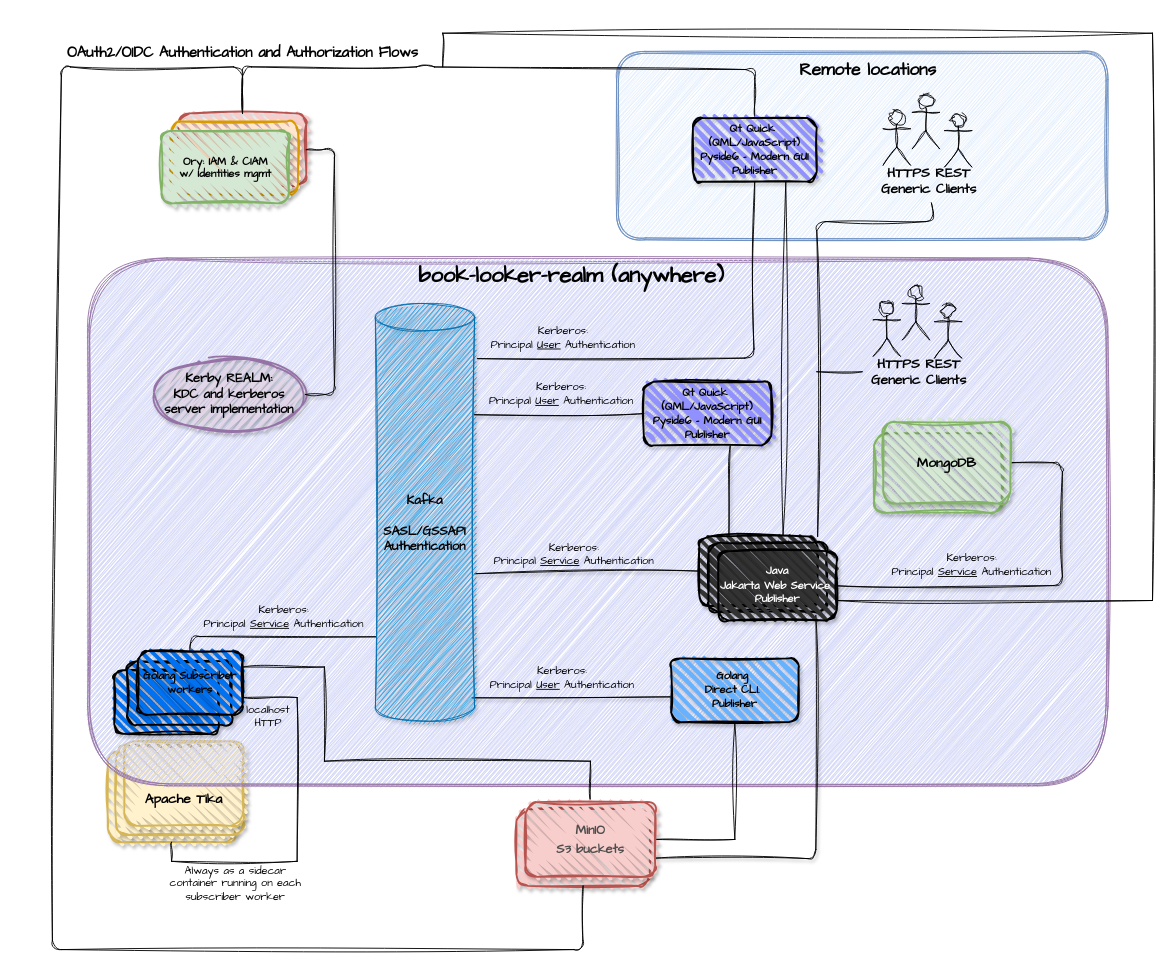
Before: docs/book-looker-realm.drawio in mesbrj/book-looker-realm, a draw.io diagram. Source tidied: cells renumbered, new cells numbered last; positions are measured from the earlier drawing's top-left corner, leaving out a move shared by most shapes. Both pictures are drawn from the tidied source at 91%, with x=0, y=0 at pixel (46, 33).
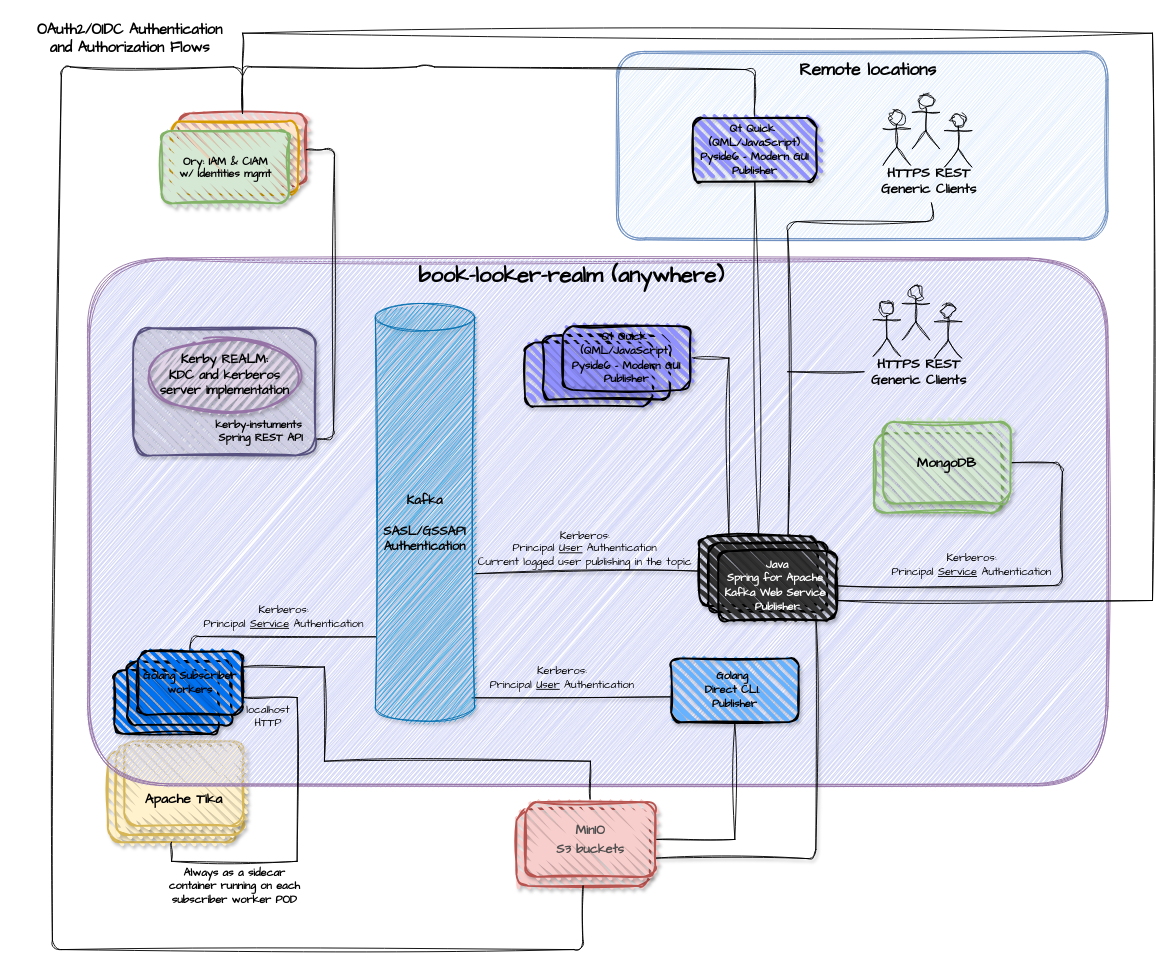
Above is the later version.

Unchanged cells that the change refers to:
```xml
<mxCell id="7" style="rounded=1;whiteSpace=wrap;html=1;strokeWidth=2;fillWeight=4;hachureGap=8;hachureAngle=45;fillColor=#f8cecc;strokeColor=#b85450;shadow=1;fillStyle=zigzag;sketch=1;curveFitting=1;jiggle=2;" parent="1" vertex="1">
  <mxGeometry x="145" y="88" width="140" height="80" as="geometry" />
</mxCell>
<mxCell id="18" style="rounded=1;whiteSpace=wrap;html=1;strokeWidth=2;fillWeight=4;hachureGap=8;hachureAngle=45;fillColor=light-dark(#333333,#198CC4);shadow=1;sketch=1;curveFitting=1;jiggle=2;" parent="1" vertex="1">
  <mxGeometry x="717" y="553" width="130" height="76.2" as="geometry" />
</mxCell>
<mxCell id="36" value="&lt;font style=&quot;font-size: 14px;&quot;&gt;Kafka&lt;/font&gt;&lt;div&gt;&lt;div&gt;&lt;font style=&quot;font-size: 14px;&quot;&gt;&lt;br&gt;&lt;/font&gt;&lt;/div&gt;&lt;div&gt;&lt;font style=&quot;font-size: 14px;&quot;&gt;SASL/GSSAPI&lt;/font&gt;&lt;/div&gt;&lt;div&gt;&lt;font style=&quot;font-size: 14px;&quot;&gt;Authentication&lt;/font&gt;&lt;/div&gt;&lt;/div&gt;" style="shape=cylinder3;whiteSpace=wrap;html=1;boundedLbl=1;backgroundOutline=1;size=15;fillColor=#1ba1e2;strokeColor=#006EAF;fillStyle=zigzag;shadow=1;fontStyle=1;strokeWidth=1;fontColor=#000000;sketch=1;curveFitting=1;jiggle=2;fontFamily=Comic Sans MS;" parent="1" vertex="1">
  <mxGeometry x="361" y="297" width="109" height="459" as="geometry" />
</mxCell>
<mxCell id="41" value="&lt;span style=&quot;color: rgb(0, 0, 0); font-family: &amp;quot;Comic Sans MS&amp;quot;; text-wrap-mode: nowrap;&quot;&gt;Qt Quick&amp;nbsp;&lt;/span&gt;&lt;div&gt;&lt;span style=&quot;color: rgb(0, 0, 0); font-family: &amp;quot;Comic Sans MS&amp;quot;; text-wrap-mode: nowrap;&quot;&gt;(QML/JavaScript)&lt;/span&gt;&lt;div&gt;&lt;span style=&quot;color: rgb(0, 0, 0); font-family: &amp;quot;Comic Sans MS&amp;quot;; text-wrap-mode: nowrap;&quot;&gt;Pyside6 - Modern GUI&lt;/span&gt;&lt;/div&gt;&lt;div&gt;&lt;span style=&quot;color: rgb(0, 0, 0); font-family: &amp;quot;Comic Sans MS&amp;quot;; text-wrap-mode: nowrap;&quot;&gt;Publisher&lt;/span&gt;&lt;/div&gt;&lt;/div&gt;" style="rounded=1;whiteSpace=wrap;html=1;strokeWidth=2;fillWeight=4;hachureGap=8;hachureAngle=45;fillColor=light-dark(#9090FF,#198CC4);shadow=1;sketch=1;curveFitting=1;jiggle=2;fontStyle=1;" parent="1" vertex="1">
  <mxGeometry x="710" y="93" width="136" height="70" as="geometry" />
</mxCell>
<mxCell id="43" value="HTTPS REST&amp;nbsp;&lt;div&gt;Generic Clients&amp;nbsp;&lt;/div&gt;" style="text;html=1;align=center;verticalAlign=middle;points=[];strokeColor=none;fillColor=none;fontFamily=Comic Sans MS;fontStyle=1;fontSize=15;" parent="1" vertex="1">
  <mxGeometry x="907" y="137" width="130" height="50" as="geometry" />
</mxCell>
<mxCell id="50" value="HTTPS REST&amp;nbsp;&lt;div&gt;Generic Clients&amp;nbsp;&lt;/div&gt;" style="text;html=1;align=center;verticalAlign=middle;points=[];strokeColor=none;fillColor=none;fontFamily=Comic Sans MS;fontStyle=1;fontSize=15;" parent="1" vertex="1">
  <mxGeometry x="896" y="347" width="130" height="50" as="geometry" />
</mxCell>
```

Change to the diagram source:
```diff
@@
-    <mxCell id="12" style="edgeStyle=none;html=1;entryX=0.25;entryY=0;entryDx=0;entryDy=0;endArrow=none;endFill=0;exitX=0.678;exitY=1.008;exitDx=0;exitDy=0;exitPerimeter=0;shadow=1;sketch=1;curveFitting=1;jiggle=2;" parent="1" edge="1" source="13" target="18">
-      <mxGeometry relative="1" as="geometry" />
-    </mxCell>
+    <mxCell id="63" style="edgeStyle=orthogonalEdgeStyle;rounded=0;sketch=1;hachureGap=4;jiggle=2;curveFitting=1;jettySize=auto;html=1;entryX=0.25;entryY=0;entryDx=0;entryDy=0;fontFamily=Architects Daughter;verticalAlign=bottom;endArrow=none;endFill=0;exitX=1;exitY=0.5;exitDx=0;exitDy=0;" parent="1" edge="1" source="68" target="18">
+      <mxGeometry relative="1" as="geometry" />
+    </mxCell>
-    <mxCell id="13" value="&lt;span style=&quot;color: rgb(0, 0, 0); font-family: &amp;quot;Comic Sans MS&amp;quot;; text-wrap-mode: nowrap;&quot;&gt;Qt Quick&amp;nbsp;&lt;/span&gt;&lt;div&gt;&lt;span style=&quot;color: rgb(0, 0, 0); font-family: &amp;quot;Comic Sans MS&amp;quot;; text-wrap-mode: nowrap;&quot;&gt;(QML/JavaScript)&lt;/span&gt;&lt;div&gt;&lt;span style=&quot;font-family: &amp;quot;Comic Sans MS&amp;quot;; text-wrap-mode: nowrap;&quot;&gt;Pyside6 - Modern GUI&lt;/span&gt;&lt;/div&gt;&lt;div&gt;&lt;span style=&quot;color: rgb(0, 0, 0); font-family: &amp;quot;Comic Sans MS&amp;quot;; text-wrap-mode: nowrap;&quot;&gt;Publisher&lt;/span&gt;&lt;/div&gt;&lt;/div&gt;" style="rounded=1;whiteSpace=wrap;html=1;strokeWidth=2;fillWeight=4;hachureGap=8;hachureAngle=45;fillColor=light-dark(#9090FF,#198CC4);shadow=1;sketch=1;curveFitting=1;jiggle=2;fontStyle=1;" parent="1" vertex="1">
-      <mxGeometry x="656" y="383" width="140" height="70" as="geometry" />
+    <mxCell id="13" style="rounded=1;whiteSpace=wrap;html=1;strokeWidth=2;fillWeight=4;hachureGap=8;hachureAngle=45;fillColor=light-dark(#9090FF,#198CC4);shadow=1;sketch=1;curveFitting=1;jiggle=2;fontStyle=1;" parent="1" vertex="1">
+      <mxGeometry x="525.5" y="340" width="140" height="70" as="geometry" />
     </mxCell>
@@
-    <mxCell id="17" value="&lt;span style=&quot;font-size: 14px;&quot;&gt;&lt;span&gt;Kerby REALM:&lt;/span&gt;&lt;/span&gt;&lt;div&gt;&lt;span style=&quot;font-size: 14px;&quot;&gt;KDC and kerberos server implementation&lt;/span&gt;&lt;/div&gt;" style="ellipse;whiteSpace=wrap;html=1;strokeWidth=2;fillWeight=2;hachureGap=8;fillColor=#e1d5e7;fillStyle=zigzag;fontFamily=Architects Daughter;strokeColor=#9673a6;shadow=1;sketch=1;curveFitting=1;jiggle=2;fontStyle=1;" parent="1" vertex="1">
-      <mxGeometry x="117" y="357" width="167" height="80" as="geometry" />
-    </mxCell>
@@
     <mxCell id="22" style="edgeStyle=orthogonalEdgeStyle;rounded=0;sketch=1;hachureGap=4;jiggle=2;curveFitting=1;orthogonalLoop=1;jettySize=auto;html=1;exitX=1;exitY=0.75;exitDx=0;exitDy=0;fontFamily=Architects Daughter;endArrow=none;endFill=0;" parent="1" edge="1">
       <mxGeometry relative="1" as="geometry">
         <mxPoint x="868" y="623.4" as="sourcePoint" />
-        <mxPoint x="435" y="37" as="targetPoint" />
+        <mxPoint x="215" y="40" as="targetPoint" />
         <Array as="points">
           <mxPoint x="1215" y="623" />
           <mxPoint x="1215" />
-          <mxPoint x="435" />
+          <mxPoint x="215" />
+          <mxPoint x="215" y="37" />
         </Array>
       </mxGeometry>
     </mxCell>
-    <mxCell id="23" value="&lt;span style=&quot;font-family: &amp;quot;Comic Sans MS&amp;quot;; text-wrap-mode: nowrap;&quot;&gt;&lt;font style=&quot;color: rgb(255, 255, 255);&quot;&gt;Java&lt;/font&gt;&lt;/span&gt;&lt;div&gt;&lt;span style=&quot;font-family: &amp;quot;Comic Sans MS&amp;quot;; text-wrap-mode: nowrap;&quot;&gt;&lt;font style=&quot;color: rgb(255, 255, 255);&quot;&gt;Jakarta Web Service&amp;nbsp;&lt;/font&gt;&lt;/span&gt;&lt;div&gt;&lt;span style=&quot;font-family: &amp;quot;Comic Sans MS&amp;quot;; text-wrap-mode: nowrap;&quot;&gt;&lt;font style=&quot;color: rgb(255, 255, 255);&quot;&gt;Publisher&lt;/font&gt;&lt;/span&gt;&lt;/div&gt;&lt;/div&gt;" style="rounded=1;whiteSpace=wrap;html=1;strokeWidth=2;fillWeight=4;hachureGap=8;hachureAngle=45;fillColor=light-dark(#333333,#198CC4);shadow=1;sketch=1;curveFitting=1;jiggle=2;fontStyle=1;" parent="1" vertex="1">
+    <mxCell id="23" value="&lt;span style=&quot;font-family: &amp;quot;Comic Sans MS&amp;quot;; text-wrap-mode: nowrap;&quot;&gt;&lt;font style=&quot;color: rgb(255, 255, 255);&quot;&gt;Java&lt;br&gt;&lt;/font&gt;&lt;/span&gt;&lt;div&gt;&lt;span style=&quot;background-color: transparent; text-wrap-mode: nowrap;&quot;&gt;&lt;font face=&quot;Comic Sans MS&quot; color=&quot;#ffffff&quot;&gt;Spring for Apache&amp;nbsp;&lt;/font&gt;&lt;/span&gt;&lt;/div&gt;&lt;div&gt;&lt;span style=&quot;background-color: transparent; text-wrap-mode: nowrap;&quot;&gt;&lt;font face=&quot;Comic Sans MS&quot; color=&quot;#ffffff&quot;&gt;Kafka&amp;nbsp;&lt;/font&gt;&lt;/span&gt;&lt;span style=&quot;font-family: &amp;quot;Comic Sans MS&amp;quot;; text-wrap-mode: nowrap;&quot;&gt;&lt;font style=&quot;color: rgb(255, 255, 255);&quot;&gt;Web Service&amp;nbsp;&lt;/font&gt;&lt;/span&gt;&lt;div&gt;&lt;span style=&quot;font-family: &amp;quot;Comic Sans MS&amp;quot;; text-wrap-mode: nowrap;&quot;&gt;&lt;font style=&quot;color: rgb(255, 255, 255);&quot;&gt;Publisher&lt;/font&gt;&lt;/span&gt;&lt;/div&gt;&lt;/div&gt;" style="rounded=1;whiteSpace=wrap;html=1;strokeWidth=2;fillWeight=4;hachureGap=8;hachureAngle=45;fillColor=light-dark(#333333,#198CC4);shadow=1;sketch=1;curveFitting=1;jiggle=2;fontStyle=1;" parent="1" vertex="1">
       <mxGeometry x="738" y="569.2" width="130" height="76.2" as="geometry" />
     </mxCell>
-    <mxCell id="24" style="edgeStyle=none;html=1;endArrow=none;endFill=0;shadow=1;sketch=1;curveFitting=1;jiggle=2;exitX=1;exitY=0.5;exitDx=0;exitDy=0;" parent="1" edge="1" source="7" target="17">
+    <mxCell id="24" style="edgeStyle=none;html=1;endArrow=none;endFill=0;shadow=1;sketch=1;curveFitting=1;jiggle=2;exitX=1;exitY=0.5;exitDx=0;exitDy=0;entryX=1;entryY=0.871;entryDx=0;entryDy=0;entryPerimeter=0;" parent="1" edge="1" source="7" target="65">
       <mxGeometry relative="1" as="geometry">
         <Array as="points">
           <mxPoint x="316" y="127" />
-          <mxPoint x="316" y="397" />
+          <mxPoint x="315" y="446" />
         </Array>
       </mxGeometry>
     </mxCell>
@@
-    <mxCell id="32" style="edgeStyle=none;html=1;exitX=0;exitY=0.5;exitDx=0;exitDy=0;entryX=1;entryY=0;entryDx=0;entryDy=122.25;entryPerimeter=0;endArrow=none;endFill=0;shadow=1;sketch=1;curveFitting=1;jiggle=2;" parent="1" edge="1" source="13" target="36">
-      <mxGeometry relative="1" as="geometry" />
-    </mxCell>
@@
-    <mxCell id="42" style="edgeStyle=none;html=1;entryX=0.75;entryY=1;entryDx=0;entryDy=0;sketch=1;curveFitting=1;jiggle=2;endArrow=none;endFill=0;" parent="1" edge="1" target="41">
-      <mxGeometry relative="1" as="geometry">
-        <mxPoint x="809" y="551" as="sourcePoint" />
-      </mxGeometry>
+    <mxCell id="42" style="edgeStyle=none;html=1;entryX=0.5;entryY=1;entryDx=0;entryDy=0;sketch=1;curveFitting=1;jiggle=2;endArrow=none;endFill=0;exitX=0.5;exitY=0;exitDx=0;exitDy=0;" parent="1" edge="1" source="18" target="41">
+      <mxGeometry relative="1" as="geometry" />
     </mxCell>
@@
-    <mxCell id="44" style="edgeStyle=none;html=1;exitX=1;exitY=0;exitDx=0;exitDy=0;entryX=0.5;entryY=0.99;entryDx=0;entryDy=0;entryPerimeter=0;sketch=1;curveFitting=1;jiggle=2;endArrow=none;endFill=0;" parent="1" edge="1" source="18" target="43">
+    <mxCell id="44" style="edgeStyle=none;html=1;exitX=0.75;exitY=0;exitDx=0;exitDy=0;entryX=0.5;entryY=0.99;entryDx=0;entryDy=0;entryPerimeter=0;sketch=1;curveFitting=1;jiggle=2;endArrow=none;endFill=0;" parent="1" edge="1" source="18" target="43">
       <mxGeometry relative="1" as="geometry">
         <Array as="points">
-          <mxPoint x="846" y="207" />
+          <mxPoint x="814" y="207" />
           <mxPoint x="976" y="207" />
         </Array>
       </mxGeometry>
     </mxCell>
-    <mxCell id="45" style="edgeStyle=none;html=1;entryX=1.03;entryY=0.132;entryDx=0;entryDy=0;entryPerimeter=0;sketch=1;curveFitting=1;jiggle=2;endArrow=none;endFill=0;" parent="1" edge="1" source="41" target="36">
-      <mxGeometry relative="1" as="geometry">
-        <Array as="points">
-          <mxPoint x="777" y="357" />
-        </Array>
-      </mxGeometry>
-    </mxCell>
@@
-    <mxCell id="49" style="edgeStyle=none;html=1;sketch=1;curveFitting=1;jiggle=2;endArrow=none;endFill=0;" parent="1" edge="1" source="50">
+    <mxCell id="49" style="edgeStyle=none;html=1;sketch=1;curveFitting=1;jiggle=2;endArrow=none;endFill=0;" parent="1" edge="1">
       <mxGeometry relative="1" as="geometry">
-        <mxPoint x="846" y="372" as="targetPoint" />
+        <mxPoint x="898" y="372" as="sourcePoint" />
+        <mxPoint x="814" y="372" as="targetPoint" />
       </mxGeometry>
     </mxCell>
@@
-    <mxCell id="53" value="OAuth2/OIDC Authentication and Authorization Flows" style="text;html=1;align=center;verticalAlign=middle;strokeColor=none;fillColor=none;fontFamily=Comic Sans MS;fontStyle=1;fontSize=16;" parent="1" vertex="1">
-      <mxGeometry y="7" width="430" height="30" as="geometry" />
+    <mxCell id="53" value="OAuth2/OIDC Authentication&lt;div&gt;and Authorization Flows&lt;/div&gt;" style="text;html=1;align=center;verticalAlign=middle;strokeColor=none;fillColor=none;fontFamily=Comic Sans MS;fontStyle=1;fontSize=16;" parent="1" vertex="1">
+      <mxGeometry x="-34" y="-19" width="250" height="50" as="geometry" />
     </mxCell>
@@
-    <mxCell id="55" value="&lt;div&gt;Kerberos:&lt;/div&gt;Principal &lt;u&gt;User&lt;/u&gt;&amp;nbsp;&lt;span style=&quot;background-color: transparent;&quot;&gt;Authentication&lt;/span&gt;" style="text;html=1;align=center;verticalAlign=middle;strokeColor=none;fillColor=none;fontFamily=Comic Sans MS;" parent="1" vertex="1">
-      <mxGeometry x="470" y="377" width="190" height="40" as="geometry" />
-    </mxCell>
-    <mxCell id="56" value="&lt;div&gt;Kerberos:&lt;/div&gt;Principal &lt;u&gt;Service&lt;/u&gt;&amp;nbsp;&lt;span style=&quot;background-color: transparent;&quot;&gt;Authentication&lt;/span&gt;" style="text;html=1;align=center;verticalAlign=middle;strokeColor=none;fillColor=none;fontFamily=Comic Sans MS;" parent="1" vertex="1">
-      <mxGeometry x="479" y="553" width="200" height="40" as="geometry" />
-    </mxCell>
-    <mxCell id="57" value="&lt;div&gt;Kerberos:&lt;/div&gt;Principal &lt;u&gt;User&lt;/u&gt;&amp;nbsp;&lt;span style=&quot;background-color: transparent;&quot;&gt;Authentication&lt;/span&gt;" style="text;html=1;align=center;verticalAlign=middle;strokeColor=none;fillColor=none;fontFamily=Comic Sans MS;" parent="1" vertex="1">
-      <mxGeometry x="472" y="315" width="190" height="40" as="geometry" />
-    </mxCell>
@@
-    <mxCell id="62" value="Always as a sidecar&lt;div&gt;container running on each&lt;/div&gt;&lt;div&gt;subscriber worker&lt;/div&gt;" style="text;html=1;align=center;verticalAlign=middle;strokeColor=none;fillColor=none;fontFamily=Architects Daughter;" parent="1" vertex="1">
-      <mxGeometry x="122" y="905" width="170" height="60" as="geometry" />
+    <mxCell id="62" value="&lt;b&gt;Always as a sidecar&lt;/b&gt;&lt;div&gt;&lt;b&gt;container running on each&lt;/b&gt;&lt;/div&gt;&lt;div&gt;&lt;b&gt;subscriber worker POD&lt;/b&gt;&lt;/div&gt;" style="text;html=1;align=center;verticalAlign=middle;strokeColor=none;fillColor=none;fontFamily=Architects Daughter;" parent="1" vertex="1">
+      <mxGeometry x="121" y="908" width="170" height="60" as="geometry" />
     </mxCell>
+    <mxCell id="64" value="&lt;div&gt;Kerberos:&lt;/div&gt;Principal &lt;u&gt;User&lt;/u&gt;&amp;nbsp;&lt;span style=&quot;background-color: transparent;&quot;&gt;Authentication&lt;/span&gt;&lt;div&gt;&lt;span style=&quot;background-color: transparent;&quot;&gt;Current logged user publishing in the topic&lt;/span&gt;&lt;/div&gt;" style="text;html=1;align=center;verticalAlign=middle;strokeColor=none;fillColor=none;fontFamily=Comic Sans MS;" parent="1" vertex="1">
+      <mxGeometry x="461" y="537" width="260" height="60" as="geometry" />
+    </mxCell>
+    <mxCell id="65" style="rounded=1;whiteSpace=wrap;html=1;strokeWidth=2;fillWeight=4;hachureGap=8;hachureAngle=45;fillColor=#d0cee2;shadow=1;sketch=1;curveFitting=1;jiggle=2;fontStyle=1;strokeColor=#56517e;" parent="1" vertex="1">
+      <mxGeometry x="95" y="324" width="200" height="140" as="geometry" />
+    </mxCell>
+    <mxCell id="17" value="&lt;span style=&quot;font-size: 14px;&quot;&gt;&lt;span&gt;Kerby REALM:&lt;/span&gt;&lt;/span&gt;&lt;div&gt;&lt;span style=&quot;font-size: 14px;&quot;&gt;KDC and kerberos server implementation&lt;/span&gt;&lt;/div&gt;" style="ellipse;whiteSpace=wrap;html=1;strokeWidth=2;fillWeight=2;hachureGap=8;fillColor=#e1d5e7;fillStyle=zigzag;fontFamily=Architects Daughter;strokeColor=#9673a6;shadow=1;sketch=1;curveFitting=1;jiggle=2;fontStyle=1;" parent="1" vertex="1">
+      <mxGeometry x="111.5" y="336" width="167" height="80" as="geometry" />
+    </mxCell>
+    <mxCell id="66" value="kerby-instuments&amp;nbsp;&lt;div&gt;Spring REST API&lt;/div&gt;" style="text;html=1;align=center;verticalAlign=middle;strokeColor=none;fillColor=none;fontFamily=Comic Sans MS;fontStyle=1;" parent="1" vertex="1">
+      <mxGeometry x="170" y="417.5" width="130" height="40" as="geometry" />
+    </mxCell>
+    <mxCell id="67" style="rounded=1;whiteSpace=wrap;html=1;strokeWidth=2;fillWeight=4;hachureGap=8;hachureAngle=45;fillColor=light-dark(#9090FF,#198CC4);shadow=1;sketch=1;curveFitting=1;jiggle=2;fontStyle=1;" parent="1" vertex="1">
+      <mxGeometry x="545" y="332.5" width="140" height="70" as="geometry" />
+    </mxCell>
+    <mxCell id="68" value="&lt;span style=&quot;color: rgb(0, 0, 0); font-family: &amp;quot;Comic Sans MS&amp;quot;; text-wrap-mode: nowrap;&quot;&gt;Qt Quick&amp;nbsp;&lt;/span&gt;&lt;div&gt;&lt;span style=&quot;color: rgb(0, 0, 0); font-family: &amp;quot;Comic Sans MS&amp;quot;; text-wrap-mode: nowrap;&quot;&gt;(QML/JavaScript)&lt;/span&gt;&lt;div&gt;&lt;span style=&quot;font-family: &amp;quot;Comic Sans MS&amp;quot;; text-wrap-mode: nowrap;&quot;&gt;Pyside6 - Modern GUI&lt;/span&gt;&lt;/div&gt;&lt;div&gt;&lt;span style=&quot;color: rgb(0, 0, 0); font-family: &amp;quot;Comic Sans MS&amp;quot;; text-wrap-mode: nowrap;&quot;&gt;Publisher&lt;/span&gt;&lt;/div&gt;&lt;/div&gt;" style="rounded=1;whiteSpace=wrap;html=1;strokeWidth=2;fillWeight=4;hachureGap=8;hachureAngle=45;fillColor=light-dark(#9090FF,#198CC4);shadow=1;sketch=1;curveFitting=1;jiggle=2;fontStyle=1;" parent="1" vertex="1">
+      <mxGeometry x="567" y="322" width="140" height="70" as="geometry" />
+    </mxCell>
```
